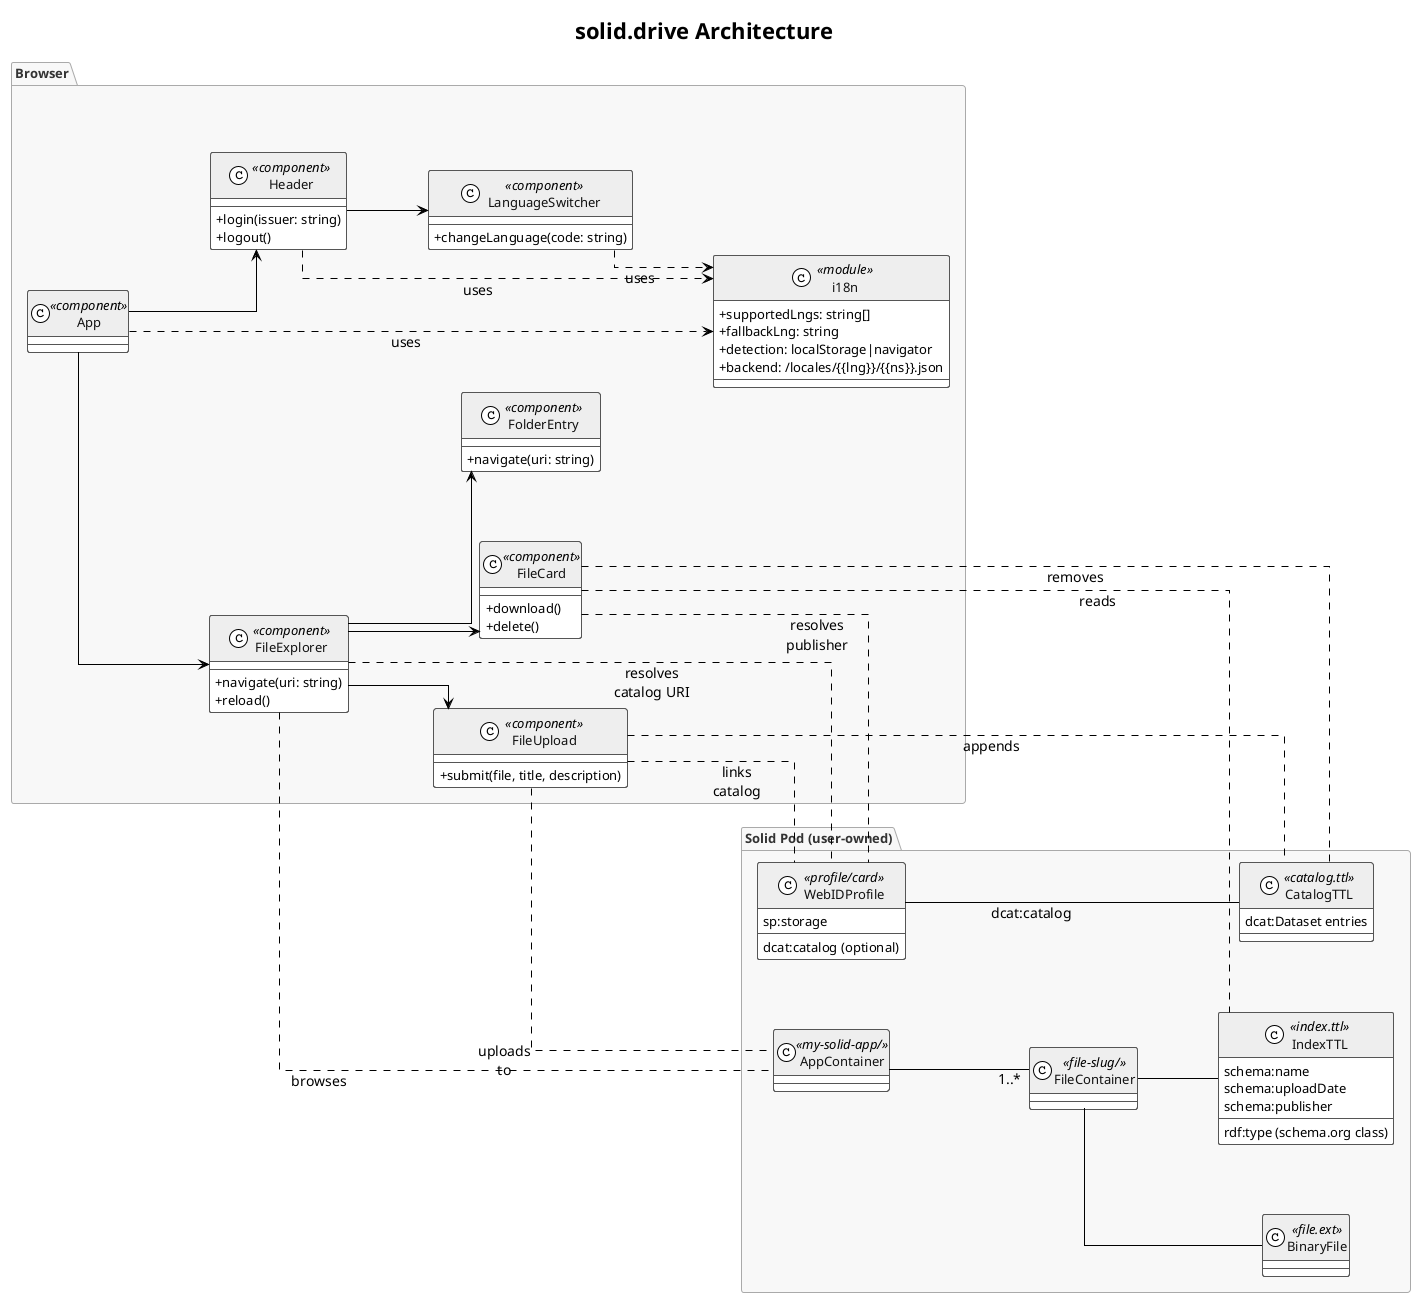
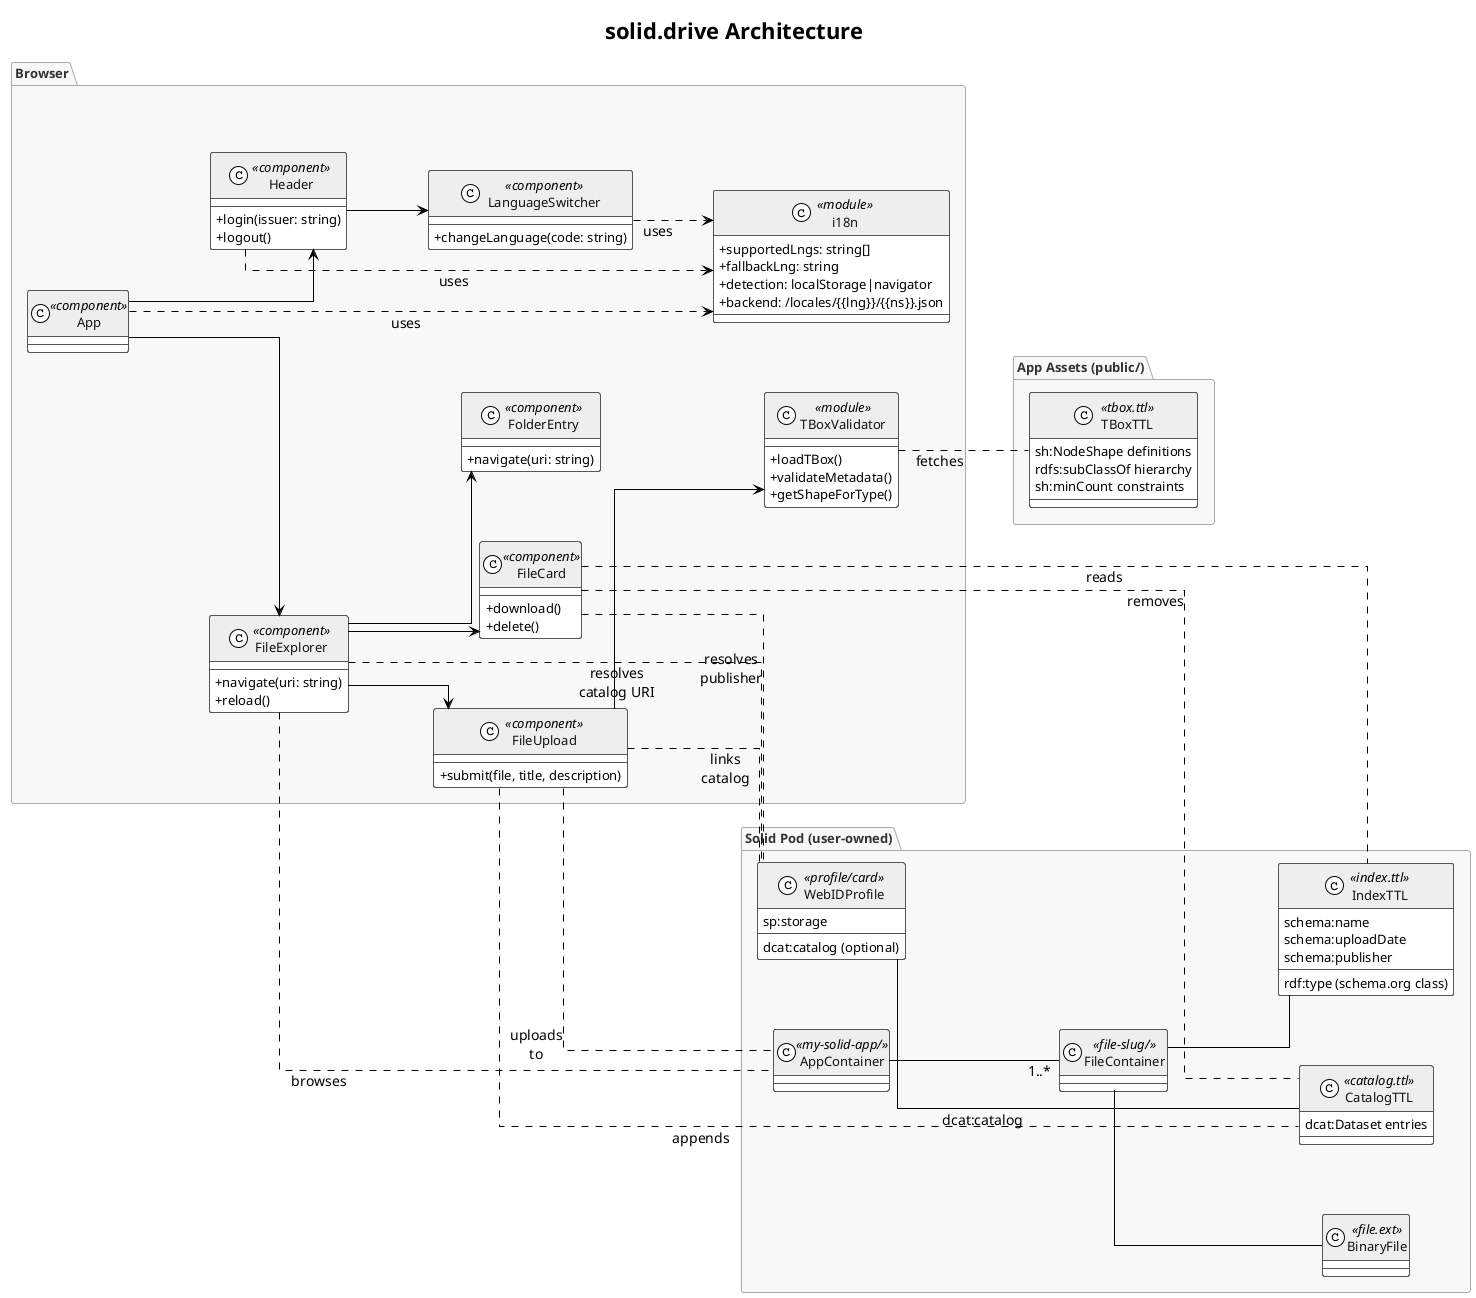
@startuml architecture
title solid.drive Architecture

!theme plain
skinparam defaultFontName sans-serif
skinparam defaultFontSize 13
skinparam classAttributeIconSize 0
skinparam backgroundColor White
skinparam linetype ortho

skinparam class {
  BackgroundColor White
  BorderColor #555555
  FontColor #111111
  HeaderBackgroundColor #EEEEEE
}

skinparam package {
  BackgroundColor #F8F8F8
  BorderColor #AAAAAA
  FontColor #333333
  FontStyle Bold
}

skinparam arrow {
  Margin 15
  FontSize 14
}

skinparam label {
  BackgroundColor White
  FontSize 14
}

skinparam nodesep 70
skinparam ranksep 80

skinparam linetype ortho

left to right direction

package "Browser" {

  class App <<component>>

  class Header <<component>> {
    +login(issuer: string)
    +logout()
  }

  class LanguageSwitcher <<component>> {
    +changeLanguage(code: string)
  }

  class FileExplorer <<component>> {
    +navigate(uri: string)
    +reload()
  }

  class FileUpload <<component>> {
    +submit(file, title, description)
  }

+   class TBoxValidator <<module>> {
+     +loadTBox()
+     +validateMetadata()
+     +getShapeForType()
+   }
+ 
  class FileCard <<component>> {
    +download()
    +delete()
  }

  class FolderEntry <<component>> {
    +navigate(uri: string)
  }

  class i18n <<module>> {
    +supportedLngs: string[]
    +fallbackLng: string
    +detection: localStorage|navigator
    +backend: /locales/{{lng}}/{{ns}}.json
  }

  App --> Header
  App --> FileExplorer
  Header --> LanguageSwitcher
  FileExplorer --> FileUpload
  FileExplorer --> FileCard
  FileExplorer --> FolderEntry
+   FileUpload --> TBoxValidator
  App ..> i18n : uses
  Header ..> i18n : uses
  LanguageSwitcher ..> i18n : uses
+ }
+ 
+ package "App Assets (public/)" {
+   class TBoxTTL <<tbox.ttl>> {
+     sh:NodeShape definitions
+     rdfs:subClassOf hierarchy
+     sh:minCount constraints
+   }
}

package "Solid Pod (user-owned)" {

  class CatalogTTL <<catalog.ttl>> {
    dcat:Dataset entries
  }

  class AppContainer <<my-solid-app/>>

  class FileContainer <<file-slug/>>

  class IndexTTL <<index.ttl>> {
    rdf:type (schema.org class)
    schema:name
    schema:uploadDate
    schema:publisher
  }

  class BinaryFile <<file.ext>>

  class WebIDProfile <<profile/card>> {
    sp:storage
    dcat:catalog (optional)
  }
}
  AppContainer -- "1..*" FileContainer
  FileContainer -- IndexTTL
  FileContainer -- BinaryFile
  WebIDProfile --- CatalogTTL : dcat:catalog

+ TBoxValidator .. TBoxTTL        : fetches
+ 
FileUpload .. CatalogTTL        : appends
FileUpload .. AppContainer      : uploads\nto
FileUpload .. WebIDProfile      : links\ncatalog

FileCard .. IndexTTL            : reads
FileCard .. CatalogTTL          : removes
FileCard .down. WebIDProfile   : resolves\npublisher

FileExplorer .. AppContainer    : browses
FileExplorer .down. WebIDProfile    : resolves\ncatalog URI

@enduml
